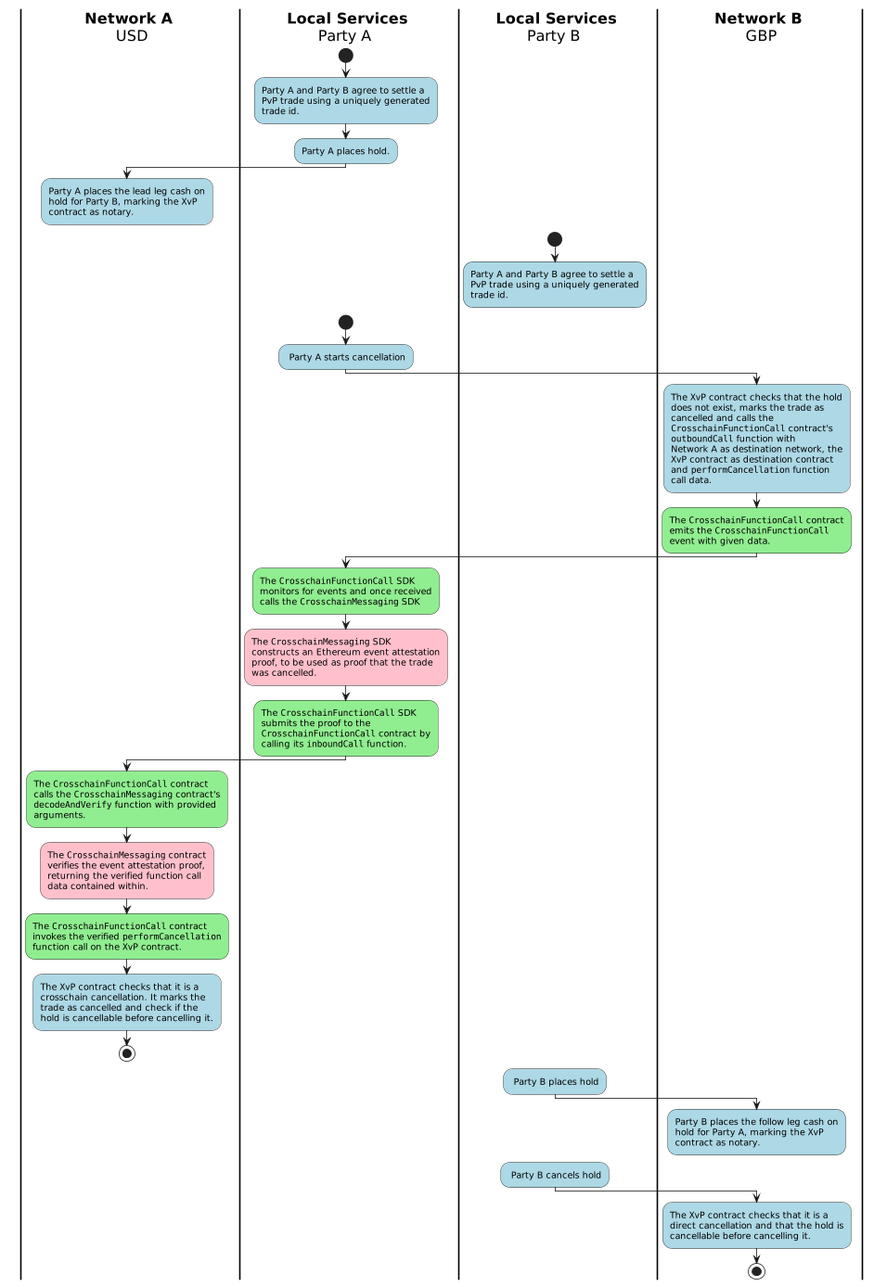
The PlantUML diagram docs/adhara/img/pvp_cancellation_on_following.png in hyperledger-labs/harmonia, before a commit. Its diagram source:
```plantuml
@startuml 2_3_1_pvp_cancellation_on_follow_ledger_activity_diagram
skinparam ActivityBackgroundColor LightBlue
skinparam activityDiamondBackgroundColor transparent
skinparam defaultTextAlignment left
skinparam shadowing false
skinparam Swimlane {
  TitleFontColor black
  TitleFontSize 20
  BorderColor black
  BorderThickness 2
  width 500
}

| **Network A**\n        USD  |
| **Local Services**\n        Party A |
| **Local Services**\n        Party B |

| **Local Services**\n        Party A |

  start
  :Party A and Party B agree to settle a
  PvP trade using a uniquely generated
  trade id.;
  :Party A places hold.;

| **Network A**\n        USD  |

  :Party A places the lead leg cash on
  hold for Party B, marking the ""XvP""
  contract as notary.;
  detach

| **Local Services**\n        Party B |

  start
  :Party A and Party B agree to settle a
  PvP trade using a uniquely generated
  trade id.;
  detach

| **Local Services**\n        Party A |

  start
  : Party A starts cancellation;

| **Network B**\n        GBP |

  :The ""XvP"" contract checks that the hold
  does not exist, marks the trade as
  cancelled and calls the
  ""CrosschainFunctionCall"" contract's
  ""outboundCall"" function with
  Network A as destination network, the
  ""XvP"" contract as destination contract
  and ""performCancellation"" function
  call data.;
  #lightGreen:The ""CrosschainFunctionCall"" contract
  emits the ""CrosschainFunctionCall""
  event with given data.;

| **Local Services**\n        Party A |

   #lightGreen:The ""CrosschainFunctionCall"" SDK
   monitors for events and once received
   calls the ""CrosschainMessaging"" SDK;
   #Pink:The ""CrosschainMessaging"" SDK
   constructs an Ethereum event attestation
   proof, to be used as proof that the trade
   was cancelled.;
   #lightGreen:The ""CrosschainFunctionCall"" SDK
   submits the proof to the
   ""CrosschainFunctionCall"" contract by
   calling its ""inboundCall"" function.;

| **Network A**\n        USD  |

  #lightGreen:The ""CrosschainFunctionCall"" contract
  calls the ""CrosschainMessaging"" contract's
  ""decodeAndVerify"" function with provided
  arguments.;
  #Pink:The ""CrosschainMessaging"" contract
  verifies the event attestation proof,
  returning the verified function call
  data contained within.;
  #lightGreen:The ""CrosschainFunctionCall"" contract
  invokes the verified ""performCancellation""
  function call on the ""XvP"" contract.;
  :The ""XvP"" contract checks that it is a
  crosschain cancellation. It marks the
  trade as cancelled and check if the
  hold is cancellable before cancelling it.;
  stop

| **Local Services**\n        Party B |

  : Party B places hold;

| **Network B**\n        GBP |

  :Party B places the follow leg cash on
  hold for Party A, marking the ""XvP""
  contract as notary.;
  detach

| **Local Services**\n        Party B |

  : Party B cancels hold;

| **Network B**\n        GBP |

  :The ""XvP"" contract checks that it is a
  direct cancellation and that the hold is
  cancellable before cancelling it.;
  stop

@enduml
```
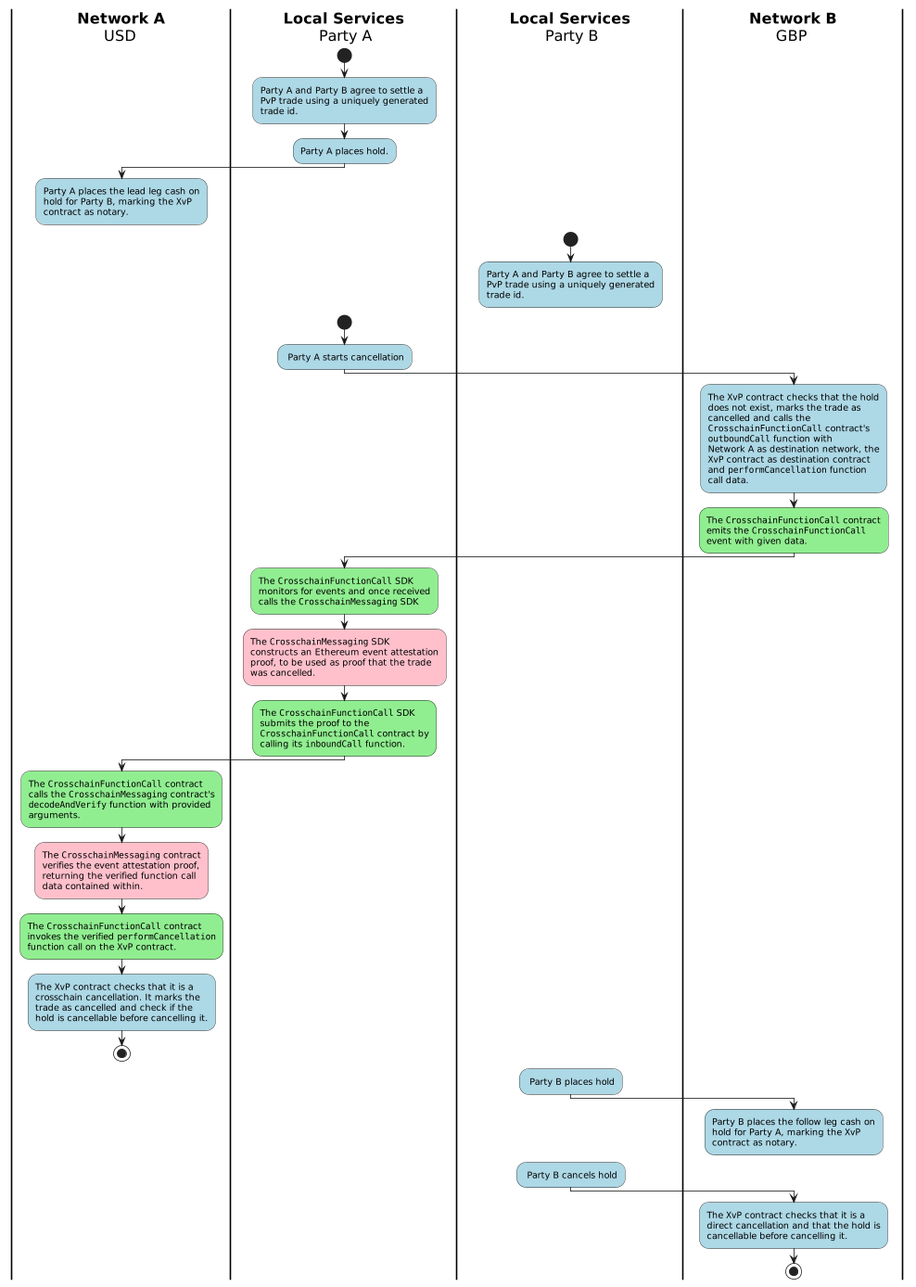
After the commit.

Diff of the diagram source:
```diff
@@ -8,14 +8,14 @@
   TitleFontSize 20
   BorderColor black
   BorderThickness 2
-  width 500
+  swimlaneWidth same
 }
 
-| **Network A**\n        USD  |
-| **Local Services**\n        Party A |
-| **Local Services**\n        Party B |
+|              **Network A**              \n                    USD  |
+|           **Local Services**           \n                   Party A |
+|           **Local Services**           \n                   Party B |
 
-| **Local Services**\n        Party A |
+|           **Local Services**           \n                   Party A |
 
   start
   :Party A and Party B agree to settle a
@@ -23,14 +23,14 @@
   trade id.;
   :Party A places hold.;
 
-| **Network A**\n        USD  |
+|              **Network A**              \n                    USD  |
 
   :Party A places the lead leg cash on
   hold for Party B, marking the ""XvP""
   contract as notary.;
   detach
 
-| **Local Services**\n        Party B |
+ |           **Local Services**           \n                   Party B |
 
   start
   :Party A and Party B agree to settle a
@@ -38,12 +38,12 @@
   trade id.;
   detach
 
-| **Local Services**\n        Party A |
+ |           **Local Services**           \n                   Party A |
 
   start
   : Party A starts cancellation;
 
-| **Network B**\n        GBP |
+|              **Network B**              \n                    GBP  |
 
   :The ""XvP"" contract checks that the hold
   does not exist, marks the trade as
@@ -58,7 +58,7 @@
   emits the ""CrosschainFunctionCall""
   event with given data.;
 
-| **Local Services**\n        Party A |
+ |           **Local Services**           \n                   Party A |
 
    #lightGreen:The ""CrosschainFunctionCall"" SDK
    monitors for events and once received
@@ -72,7 +72,7 @@
    ""CrosschainFunctionCall"" contract by
    calling its ""inboundCall"" function.;
 
-| **Network A**\n        USD  |
+|              **Network A**              \n                    USD  |
 
   #lightGreen:The ""CrosschainFunctionCall"" contract
   calls the ""CrosschainMessaging"" contract's
@@ -91,22 +91,22 @@
   hold is cancellable before cancelling it.;
   stop
 
-| **Local Services**\n        Party B |
+ |           **Local Services**           \n                   Party B |
 
   : Party B places hold;
 
-| **Network B**\n        GBP |
+|              **Network B**              \n                    GBP  |
 
   :Party B places the follow leg cash on
   hold for Party A, marking the ""XvP""
   contract as notary.;
   detach
 
-| **Local Services**\n        Party B |
+ |           **Local Services**           \n                   Party B |
 
   : Party B cancels hold;
 
-| **Network B**\n        GBP |
+|              **Network B**              \n                    GBP  |
 
   :The ""XvP"" contract checks that it is a
   direct cancellation and that the hold is
```
